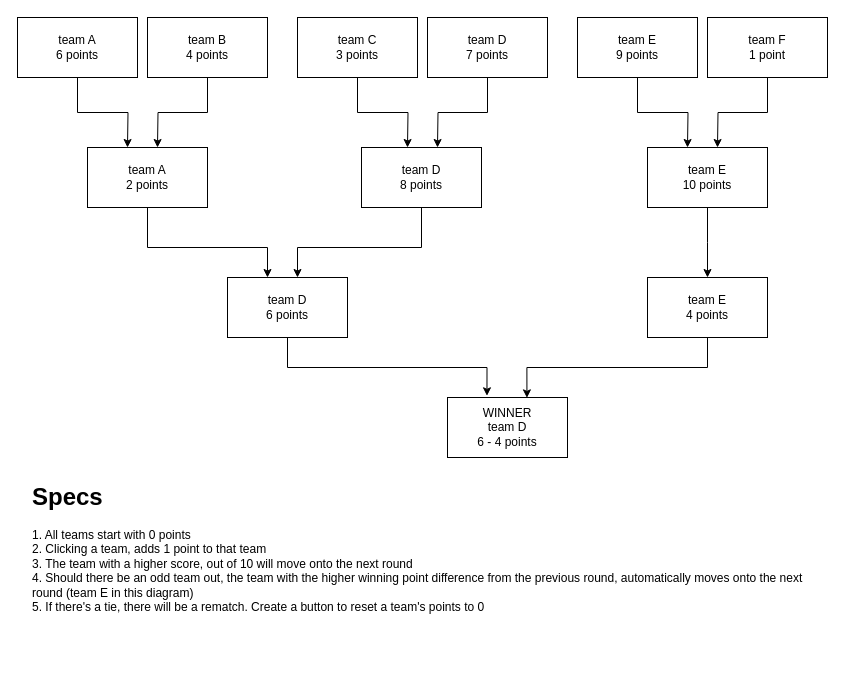
The draw.io diagram src/practice/tournament.dio in robghchen/tracking-system, before the edit. Source tidied: cells renumbered, new cells numbered last; positions are measured from the earlier drawing's top-left corner, leaving out a move shared by most shapes. Both pictures are drawn from the tidied source at 100%, with x=0, y=0 at pixel (17, 17).
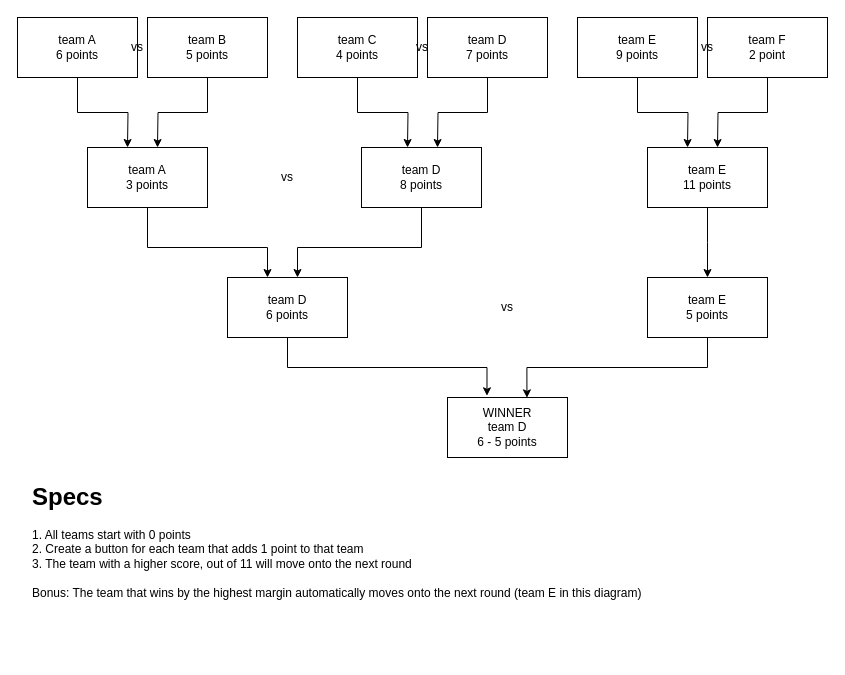
The same page after the edit.

Commit message (it also covers changes not shown here):
update(tournament): able to compete with unlimited teams

Diff of the diagram source:
```diff
@@
-    <mxCell id="5" value="team B&lt;br&gt;4 points" style="rounded=0;whiteSpace=wrap;html=1;" parent="1" vertex="1">
+    <mxCell id="5" value="team B&lt;br&gt;5 points" style="rounded=0;whiteSpace=wrap;html=1;" parent="1" vertex="1">
       <mxGeometry x="130" width="120" height="60" as="geometry" />
     </mxCell>
@@
-    <mxCell id="7" value="team C&lt;br&gt;3 points" style="rounded=0;whiteSpace=wrap;html=1;" parent="1" vertex="1">
+    <mxCell id="7" value="team C&lt;br&gt;4 points" style="rounded=0;whiteSpace=wrap;html=1;" parent="1" vertex="1">
       <mxGeometry x="280" width="120" height="60" as="geometry" />
     </mxCell>
@@
-    <mxCell id="13" value="team F&lt;br&gt;1 point" style="rounded=0;whiteSpace=wrap;html=1;" parent="1" vertex="1">
+    <mxCell id="13" value="team F&lt;br&gt;2 point" style="rounded=0;whiteSpace=wrap;html=1;" parent="1" vertex="1">
       <mxGeometry x="690" width="120" height="60" as="geometry" />
     </mxCell>
@@
-    <mxCell id="15" value="team A&lt;br&gt;2 points" style="rounded=0;whiteSpace=wrap;html=1;" parent="1" vertex="1">
+    <mxCell id="15" value="team A&lt;br&gt;3 points" style="rounded=0;whiteSpace=wrap;html=1;" parent="1" vertex="1">
       <mxGeometry x="70" y="130" width="120" height="60" as="geometry" />
     </mxCell>
@@
-    <mxCell id="19" value="team E&lt;br&gt;10 points" style="rounded=0;whiteSpace=wrap;html=1;" parent="1" vertex="1">
+    <mxCell id="19" value="team E&lt;br&gt;11 points" style="rounded=0;whiteSpace=wrap;html=1;" parent="1" vertex="1">
       <mxGeometry x="630" y="130" width="120" height="60" as="geometry" />
     </mxCell>
@@
-    <mxCell id="23" value="team E&lt;br&gt;4 points" style="rounded=0;whiteSpace=wrap;html=1;" parent="1" vertex="1">
+    <mxCell id="23" value="team E&lt;br&gt;5 points" style="rounded=0;whiteSpace=wrap;html=1;" parent="1" vertex="1">
       <mxGeometry x="630" y="260" width="120" height="60" as="geometry" />
     </mxCell>
-    <mxCell id="24" value="WINNER&lt;br&gt;team D&lt;br&gt;6 - 4 points" style="rounded=0;whiteSpace=wrap;html=1;" parent="1" vertex="1">
+    <mxCell id="24" value="WINNER&lt;br&gt;team D&lt;br&gt;6 - 5 points" style="rounded=0;whiteSpace=wrap;html=1;" parent="1" vertex="1">
       <mxGeometry x="430" y="380" width="120" height="60" as="geometry" />
     </mxCell>
-    <mxCell id="25" value="&lt;h1&gt;Specs&lt;/h1&gt;&lt;p&gt;1. All teams start with 0 points&lt;br&gt;2. Clicking a team, adds 1 point to that team&lt;br&gt;3. The team with a higher score, out of 10 will move onto the next round&lt;br&gt;4. Should there be an odd team out, the team with the higher winning point difference from the previous round, automatically moves onto the next round (team E in this diagram)&lt;br&gt;5. If there's a tie, there will be a rematch. Create a button to reset a team's points to 0&lt;/p&gt;&lt;p&gt;&lt;br&gt;&lt;/p&gt;" style="text;html=1;strokeColor=none;fillColor=none;spacing=5;spacingTop=-20;whiteSpace=wrap;overflow=hidden;rounded=0;" parent="1" vertex="1">
+    <mxCell id="25" value="&lt;h1&gt;Specs&lt;/h1&gt;&lt;p&gt;1. All teams start with 0 points&lt;br&gt;2. Create a button for each team that adds 1 point to that team&lt;br&gt;3. The team with a higher score, out of 11 will move onto the next round&lt;br&gt;&lt;br&gt;Bonus: The team that wins by the highest margin automatically moves onto the next round (team E in this diagram)&lt;/p&gt;" style="text;html=1;strokeColor=none;fillColor=none;spacing=5;spacingTop=-20;whiteSpace=wrap;overflow=hidden;rounded=0;" parent="1" vertex="1">
       <mxGeometry x="10" y="460" width="790" height="180" as="geometry" />
     </mxCell>
+    <mxCell id="26" value="vs" style="text;html=1;strokeColor=none;fillColor=none;align=center;verticalAlign=middle;whiteSpace=wrap;rounded=0;" parent="1" vertex="1">
+      <mxGeometry x="100" y="20" width="40" height="20" as="geometry" />
+    </mxCell>
+    <mxCell id="27" value="vs" style="text;html=1;strokeColor=none;fillColor=none;align=center;verticalAlign=middle;whiteSpace=wrap;rounded=0;" parent="1" vertex="1">
+      <mxGeometry x="250" y="150" width="40" height="20" as="geometry" />
+    </mxCell>
+    <mxCell id="28" value="vs" style="text;html=1;strokeColor=none;fillColor=none;align=center;verticalAlign=middle;whiteSpace=wrap;rounded=0;" parent="1" vertex="1">
+      <mxGeometry x="385" y="20" width="40" height="20" as="geometry" />
+    </mxCell>
+    <mxCell id="29" value="vs" style="text;html=1;strokeColor=none;fillColor=none;align=center;verticalAlign=middle;whiteSpace=wrap;rounded=0;" parent="1" vertex="1">
+      <mxGeometry x="670" y="20" width="40" height="20" as="geometry" />
+    </mxCell>
+    <mxCell id="30" value="vs" style="text;html=1;strokeColor=none;fillColor=none;align=center;verticalAlign=middle;whiteSpace=wrap;rounded=0;" parent="1" vertex="1">
+      <mxGeometry x="470" y="280" width="40" height="20" as="geometry" />
+    </mxCell>
```
